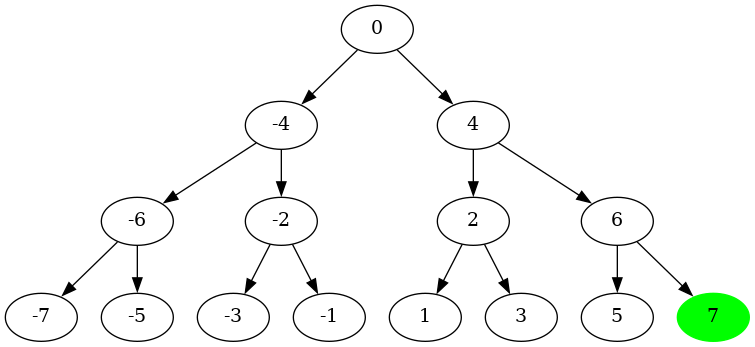
Above: algorithm_visualizer/src/save/tmp/tree.png in Les-Alchimistes-Labs/AlgorithmVisualizer (Graphviz), before the change. Its source is kept beside it as algorithm_visualizer/src/save/tmp/tree.dot. The source it was exported from:
```dot
digraph tree {
n0 [label="0"]
n_4 [label="-4"]
n_6 [label="-6"]
n_7 [label="-7"]
n_5 [label="-5"]
n_2 [label="-2"]
n_3 [label="-3"]
n_1 [label="-1"]
n4 [label="4"]
n2 [label="2"]
n1 [label="1"]
n3 [label="3"]
n6 [label="6"]
n5 [label="5"]
n7 [label="7", style = filled , color = green]
n0->n_4
n0->n4
n_4->n_6
n_4->n_2
n4->n2
n4->n6
n_6->n_7
n_6->n_5
n_2->n_3
n_2->n_1
n2->n1
n2->n3
n6->n5
n6->n7
}
```
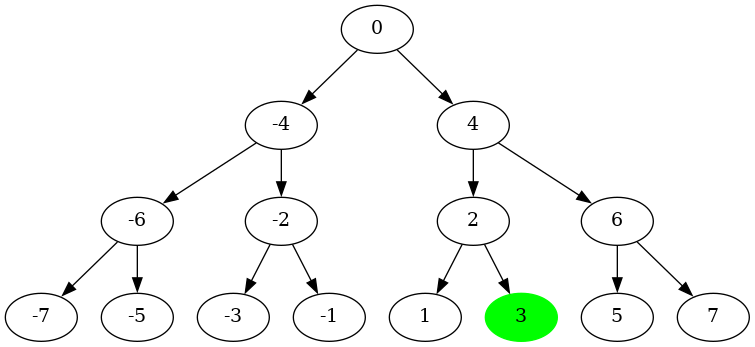
Later version of the same file.

What changed in the source:
```diff
@@ -10,10 +10,10 @@
 n4 [label="4"]
 n2 [label="2"]
 n1 [label="1"]
-n3 [label="3"]
+n3 [label="3", style = filled , color = green]
 n6 [label="6"]
 n5 [label="5"]
-n7 [label="7", style = filled , color = green]
+n7 [label="7"]
 n0->n_4
 n0->n4
 n_4->n_6
```
